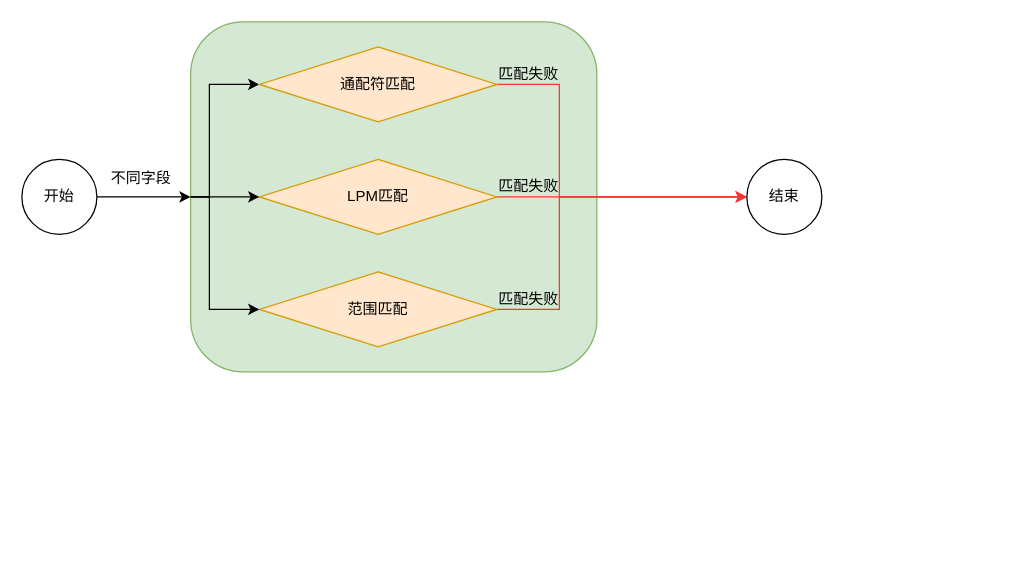
Earlier version of the draw.io diagram 过滤匹配设计.drawio (poetlife/diagrams). Source tidied: cells renumbered, new cells numbered last; positions are measured from the earlier drawing's top-left corner, leaving out a move shared by most shapes. Both pictures are drawn from the tidied source at 125%, with x=0, y=0 at pixel (21, 21).
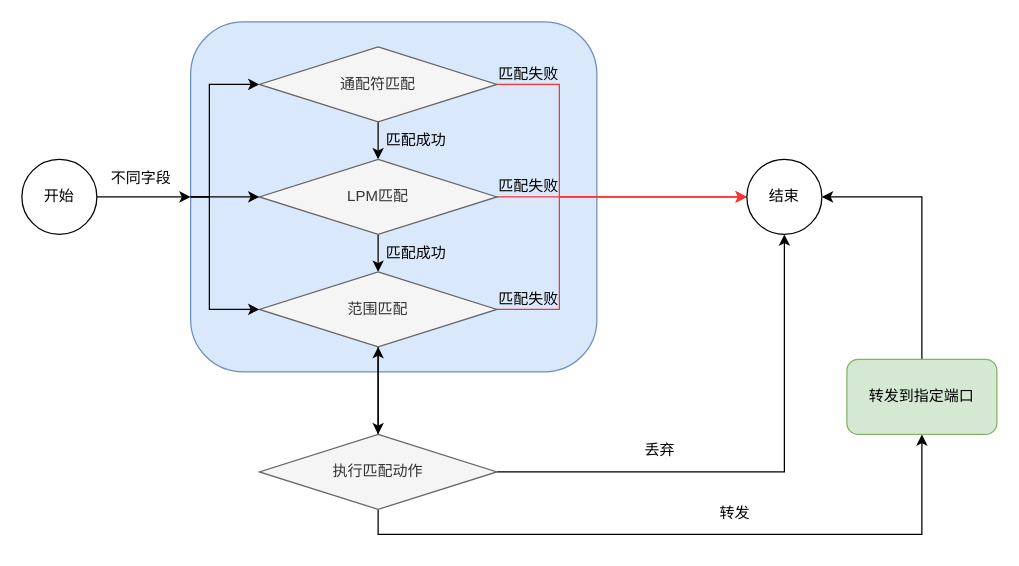
The same diagram, later.

Commit message (it also covers changes not shown here):
更新过滤匹配设计.drawio

Unchanged cells that the change refers to:
```xml
<mxCell id="15" value="结束" style="ellipse;whiteSpace=wrap;html=1;" parent="1" vertex="1">
  <mxGeometry x="580" y="110" width="60" height="60" as="geometry" />
</mxCell>
```

Change to the diagram source:
```diff
@@
-    <mxCell id="2" style="rounded=1;whiteSpace=wrap;html=1;fillColor=#d5e8d4;strokeColor=#82b366;" parent="1" vertex="1">
+    <mxCell id="2" style="rounded=1;whiteSpace=wrap;html=1;fillColor=#dae8fc;strokeColor=#6c8ebf;" parent="1" vertex="1">
       <mxGeometry x="135" width="325" height="280" as="geometry" />
     </mxCell>
@@
+    <mxCell id="19" style="edgeStyle=orthogonalEdgeStyle;rounded=0;jettySize=auto;html=1;exitX=0.5;exitY=1;exitDx=0;exitDy=0;" parent="1" edge="1" source="7" target="9">
+      <mxGeometry relative="1" as="geometry" />
+    </mxCell>
-    <mxCell id="7" value="通配符匹配" style="rhombus;whiteSpace=wrap;html=1;fillColor=#ffe6cc;strokeColor=#d79b00;" parent="1" vertex="1">
+    <mxCell id="7" value="通配符匹配" style="rhombus;whiteSpace=wrap;html=1;fillColor=#f5f5f5;strokeColor=#666666;fontColor=#333333;" parent="1" vertex="1">
       <mxGeometry x="190" y="20" width="190" height="60" as="geometry" />
     </mxCell>
@@
+    <mxCell id="20" style="edgeStyle=orthogonalEdgeStyle;rounded=0;jettySize=auto;html=1;exitX=0.5;exitY=1;exitDx=0;exitDy=0;" parent="1" edge="1" source="9" target="11">
+      <mxGeometry relative="1" as="geometry" />
+    </mxCell>
-    <mxCell id="9" value="LPM匹配" style="rhombus;whiteSpace=wrap;html=1;fillColor=#ffe6cc;strokeColor=#d79b00;" parent="1" vertex="1">
+    <mxCell id="9" value="LPM匹配" style="rhombus;whiteSpace=wrap;html=1;fillColor=#f5f5f5;strokeColor=#666666;fontColor=#333333;" parent="1" vertex="1">
       <mxGeometry x="190" y="110" width="190" height="60" as="geometry" />
     </mxCell>
@@
+    <mxCell id="21" style="edgeStyle=orthogonalEdgeStyle;rounded=0;jettySize=auto;html=1;exitX=0.5;exitY=1;exitDx=0;exitDy=0;" parent="1" edge="1" source="11">
+      <mxGeometry relative="1" as="geometry">
+        <mxPoint x="285" y="330" as="targetPoint" />
+      </mxGeometry>
+    </mxCell>
-    <mxCell id="11" value="范围匹配" style="rhombus;whiteSpace=wrap;html=1;fillColor=#ffe6cc;strokeColor=#d79b00;" parent="1" vertex="1">
+    <mxCell id="11" value="范围匹配" style="rhombus;whiteSpace=wrap;html=1;fillColor=#f5f5f5;strokeColor=#666666;fontColor=#333333;" parent="1" vertex="1">
       <mxGeometry x="190" y="200" width="190" height="60" as="geometry" />
     </mxCell>
@@
+    <mxCell id="22" value="匹配成功" style="text;html=1;align=center;verticalAlign=middle;strokeColor=none;fillColor=none;" parent="1" vertex="1">
+      <mxGeometry x="280" y="80" width="70" height="30" as="geometry" />
+    </mxCell>
+    <mxCell id="23" value="匹配成功" style="text;html=1;align=center;verticalAlign=middle;strokeColor=none;fillColor=none;" parent="1" vertex="1">
+      <mxGeometry x="280" y="170" width="70" height="30" as="geometry" />
+    </mxCell>
+    <mxCell id="24" style="edgeStyle=orthogonalEdgeStyle;rounded=0;jettySize=auto;html=1;" parent="1" edge="1" source="27" target="11">
+      <mxGeometry relative="1" as="geometry" />
+    </mxCell>
+    <mxCell id="25" style="edgeStyle=orthogonalEdgeStyle;rounded=0;jettySize=auto;html=1;exitX=1;exitY=0.5;exitDx=0;exitDy=0;" parent="1" edge="1" source="27" target="15">
+      <mxGeometry relative="1" as="geometry" />
+    </mxCell>
+    <mxCell id="26" style="edgeStyle=orthogonalEdgeStyle;rounded=0;jettySize=auto;html=1;exitX=0.5;exitY=1;exitDx=0;exitDy=0;entryX=0.5;entryY=1;entryDx=0;entryDy=0;" parent="1" edge="1" source="27" target="30">
+      <mxGeometry relative="1" as="geometry" />
+    </mxCell>
+    <mxCell id="27" value="执行匹配动作" style="rhombus;whiteSpace=wrap;html=1;fillColor=#f5f5f5;strokeColor=#666666;fontColor=#333333;" parent="1" vertex="1">
+      <mxGeometry x="190" y="330" width="190" height="60" as="geometry" />
+    </mxCell>
+    <mxCell id="28" value="丢弃" style="text;html=1;align=center;verticalAlign=middle;strokeColor=none;fillColor=none;" parent="1" vertex="1">
+      <mxGeometry x="485" y="328" width="50" height="30" as="geometry" />
+    </mxCell>
+    <mxCell id="29" style="edgeStyle=orthogonalEdgeStyle;rounded=0;jettySize=auto;html=1;exitX=0.5;exitY=0;exitDx=0;exitDy=0;entryX=1;entryY=0.5;entryDx=0;entryDy=0;" parent="1" edge="1" source="30" target="15">
+      <mxGeometry relative="1" as="geometry" />
+    </mxCell>
+    <mxCell id="30" value="转发到指定端口" style="rounded=1;whiteSpace=wrap;html=1;fillColor=#d5e8d4;strokeColor=#82b366;" parent="1" vertex="1">
+      <mxGeometry x="660" y="270" width="120" height="60" as="geometry" />
+    </mxCell>
+    <mxCell id="31" value="转发" style="text;html=1;align=center;verticalAlign=middle;strokeColor=none;fillColor=none;" parent="1" vertex="1">
+      <mxGeometry x="545" y="378" width="50" height="30" as="geometry" />
+    </mxCell>
```
